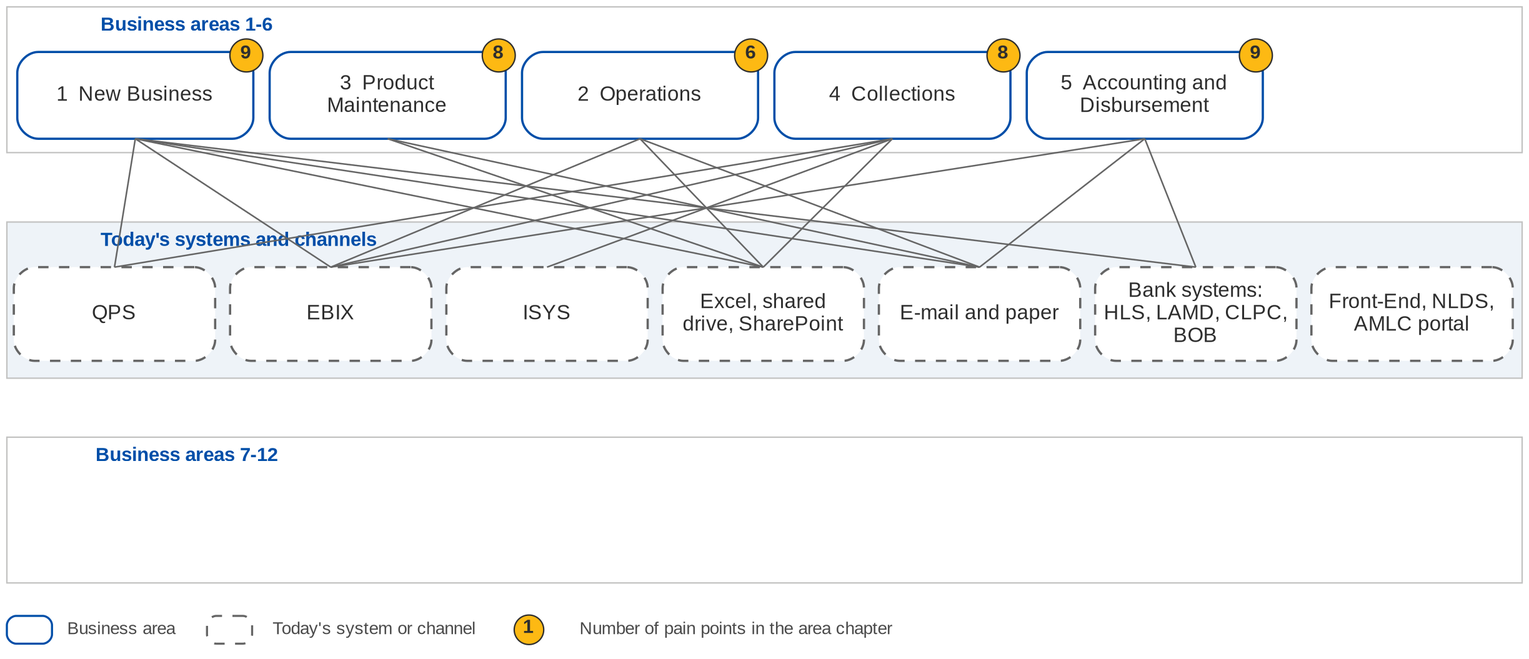
The Graphviz diagram docs/deliverables/src/decks/figures/holistic_asis_map.png in IortaTexhNXT-DEV/FinVerse, before a commit. Its source is kept beside it as docs/deliverables/src/decks/figures/holistic_asis_map.dot.
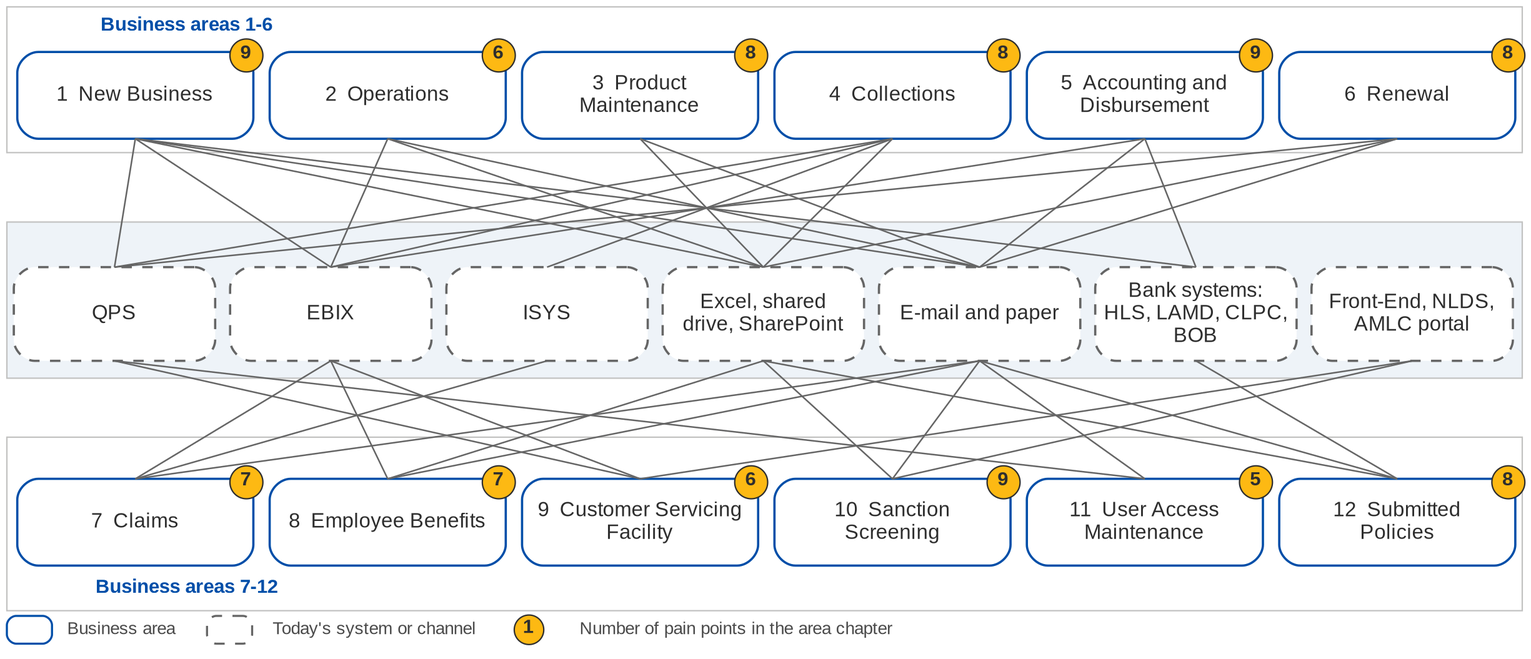
The same file after the commit.

Change to the diagram source:
```diff
@@ -7,19 +7,32 @@
   r1 [pos="436.5,330.0!", shape=box, style="filled", fillcolor="@WHITE", color="@BORDER", penwidth=0.8, width=12.125, height=1.167, fixedsize=true, margin="0.03,0.02", label=""];
   r2 [pos="104.0,360.0!", shape=box, style="filled", fillcolor="@WHITE", color="@WHITE", penwidth=0.8, width=2.778, height=0.250, fixedsize=true, margin="0.03,0.02", label=<<font point-size="11.5" color="@HEADER_BLUE"><b>Business areas 1-6</b></font>>];
   r3 [pos="436.5,203.0!", shape=box, style="filled", fillcolor="#EEF3F8", color="@BORDER", penwidth=0.8, width=12.125, height=1.250, fixedsize=true, margin="0.03,0.02", label=""];
-  r4 [pos="134.0,236.0!", shape=box, style="filled", fillcolor="#EEF3F8", color="#EEF3F8", penwidth=0.8, width=3.611, height=0.250, fixedsize=true, margin="0.03,0.02", label=<<font point-size="11.5" color="@HEADER_BLUE"><b>Today's systems and channels</b></font>>];
-  r5 [pos="436.5,82.0!", shape=box, style="filled", fillcolor="@WHITE", color="@BORDER", penwidth=0.8, width=12.125, height=1.167, fixedsize=true, margin="0.03,0.02", label=""];
-  r6 [pos="104.0,112.0!", shape=box, style="filled", fillcolor="@WHITE", color="@WHITE", penwidth=0.8, width=2.778, height=0.250, fixedsize=true, margin="0.03,0.02", label=<<font point-size="11.5" color="@HEADER_BLUE"><b>Business areas 7-12</b></font>>];
+  r4 [pos="436.5,74.0!", shape=box, style="filled", fillcolor="@WHITE", color="@BORDER", penwidth=0.8, width=12.125, height=1.389, fixedsize=true, margin="0.03,0.02", label=""];
+  r5 [pos="104.0,36.0!", shape=box, style="filled", fillcolor="@WHITE", color="@WHITE", penwidth=0.8, width=2.778, height=0.250, fixedsize=true, margin="0.03,0.02", label=<<font point-size="11.5" color="@HEADER_BLUE"><b>Business areas 7-12</b></font>>];
   nb [pos="74.0,321.0!", shape=box, style="rounded,filled", fillcolor="@WHITE", color="@HEADER_BLUE", penwidth=1.3, width=1.889, height=0.694, fixedsize=true, margin="0.03,0.02", label=<<font point-size="12" color="@NEAR_BLACK">1  New Business</font>>];
-  m7 [pos="138.0,344.0!", shape=circle, style=filled, fillcolor="@YELLOW", color="@NEAR_BLACK", penwidth=0.8, width=0.264, height=0.264, fixedsize=true, label=<<font point-size="11" color="@NEAR_BLACK"><b>9</b></font>>];
-  pm [pos="219.4,321.0!", shape=box, style="rounded,filled", fillcolor="@WHITE", color="@HEADER_BLUE", penwidth=1.3, width=1.889, height=0.694, fixedsize=true, margin="0.03,0.02", label=<<font point-size="12" color="@NEAR_BLACK">3  Product<br/>Maintenance</font>>];
-  m8 [pos="283.4,344.0!", shape=circle, style=filled, fillcolor="@YELLOW", color="@NEAR_BLACK", penwidth=0.8, width=0.264, height=0.264, fixedsize=true, label=<<font point-size="11" color="@NEAR_BLACK"><b>8</b></font>>];
-  ops [pos="364.8,321.0!", shape=box, style="rounded,filled", fillcolor="@WHITE", color="@HEADER_BLUE", penwidth=1.3, width=1.889, height=0.694, fixedsize=true, margin="0.03,0.02", label=<<font point-size="12" color="@NEAR_BLACK">2  Operations</font>>];
-  m9 [pos="428.8,344.0!", shape=circle, style=filled, fillcolor="@YELLOW", color="@NEAR_BLACK", penwidth=0.8, width=0.264, height=0.264, fixedsize=true, label=<<font point-size="11" color="@NEAR_BLACK"><b>6</b></font>>];
+  m6 [pos="138.0,344.0!", shape=circle, style=filled, fillcolor="@YELLOW", color="@NEAR_BLACK", penwidth=0.8, width=0.264, height=0.264, fixedsize=true, label=<<font point-size="11" color="@NEAR_BLACK"><b>9</b></font>>];
+  ops [pos="219.4,321.0!", shape=box, style="rounded,filled", fillcolor="@WHITE", color="@HEADER_BLUE", penwidth=1.3, width=1.889, height=0.694, fixedsize=true, margin="0.03,0.02", label=<<font point-size="12" color="@NEAR_BLACK">2  Operations</font>>];
+  m7 [pos="283.4,344.0!", shape=circle, style=filled, fillcolor="@YELLOW", color="@NEAR_BLACK", penwidth=0.8, width=0.264, height=0.264, fixedsize=true, label=<<font point-size="11" color="@NEAR_BLACK"><b>6</b></font>>];
+  pm [pos="364.8,321.0!", shape=box, style="rounded,filled", fillcolor="@WHITE", color="@HEADER_BLUE", penwidth=1.3, width=1.889, height=0.694, fixedsize=true, margin="0.03,0.02", label=<<font point-size="12" color="@NEAR_BLACK">3  Product<br/>Maintenance</font>>];
+  m8 [pos="428.8,344.0!", shape=circle, style=filled, fillcolor="@YELLOW", color="@NEAR_BLACK", penwidth=0.8, width=0.264, height=0.264, fixedsize=true, label=<<font point-size="11" color="@NEAR_BLACK"><b>8</b></font>>];
   clxn [pos="510.2,321.0!", shape=box, style="rounded,filled", fillcolor="@WHITE", color="@HEADER_BLUE", penwidth=1.3, width=1.889, height=0.694, fixedsize=true, margin="0.03,0.02", label=<<font point-size="12" color="@NEAR_BLACK">4  Collections</font>>];
-  m10 [pos="574.2,344.0!", shape=circle, style=filled, fillcolor="@YELLOW", color="@NEAR_BLACK", penwidth=0.8, width=0.264, height=0.264, fixedsize=true, label=<<font point-size="11" color="@NEAR_BLACK"><b>8</b></font>>];
+  m9 [pos="574.2,344.0!", shape=circle, style=filled, fillcolor="@YELLOW", color="@NEAR_BLACK", penwidth=0.8, width=0.264, height=0.264, fixedsize=true, label=<<font point-size="11" color="@NEAR_BLACK"><b>8</b></font>>];
   acct [pos="655.6,321.0!", shape=box, style="rounded,filled", fillcolor="@WHITE", color="@HEADER_BLUE", penwidth=1.3, width=1.889, height=0.694, fixedsize=true, margin="0.03,0.02", label=<<font point-size="12" color="@NEAR_BLACK">5  Accounting and<br/>Disbursement</font>>];
-  m11 [pos="719.6,344.0!", shape=circle, style=filled, fillcolor="@YELLOW", color="@NEAR_BLACK", penwidth=0.8, width=0.264, height=0.264, fixedsize=true, label=<<font point-size="11" color="@NEAR_BLACK"><b>9</b></font>>];
+  m10 [pos="719.6,344.0!", shape=circle, style=filled, fillcolor="@YELLOW", color="@NEAR_BLACK", penwidth=0.8, width=0.264, height=0.264, fixedsize=true, label=<<font point-size="11" color="@NEAR_BLACK"><b>9</b></font>>];
+  rn [pos="801.0,321.0!", shape=box, style="rounded,filled", fillcolor="@WHITE", color="@HEADER_BLUE", penwidth=1.3, width=1.889, height=0.694, fixedsize=true, margin="0.03,0.02", label=<<font point-size="12" color="@NEAR_BLACK">6  Renewal</font>>];
+  m11 [pos="865.0,344.0!", shape=circle, style=filled, fillcolor="@YELLOW", color="@NEAR_BLACK", penwidth=0.8, width=0.264, height=0.264, fixedsize=true, label=<<font point-size="11" color="@NEAR_BLACK"><b>8</b></font>>];
+  clm [pos="74.0,75.0!", shape=box, style="rounded,filled", fillcolor="@WHITE", color="@HEADER_BLUE", penwidth=1.3, width=1.889, height=0.694, fixedsize=true, margin="0.03,0.02", label=<<font point-size="12" color="@NEAR_BLACK">7  Claims</font>>];
+  m12 [pos="138.0,98.0!", shape=circle, style=filled, fillcolor="@YELLOW", color="@NEAR_BLACK", penwidth=0.8, width=0.264, height=0.264, fixedsize=true, label=<<font point-size="11" color="@NEAR_BLACK"><b>7</b></font>>];
+  eb [pos="219.4,75.0!", shape=box, style="rounded,filled", fillcolor="@WHITE", color="@HEADER_BLUE", penwidth=1.3, width=1.889, height=0.694, fixedsize=true, margin="0.03,0.02", label=<<font point-size="12" color="@NEAR_BLACK">8  Employee Benefits</font>>];
+  m13 [pos="283.4,98.0!", shape=circle, style=filled, fillcolor="@YELLOW", color="@NEAR_BLACK", penwidth=0.8, width=0.264, height=0.264, fixedsize=true, label=<<font point-size="11" color="@NEAR_BLACK"><b>7</b></font>>];
+  csf [pos="364.8,75.0!", shape=box, style="rounded,filled", fillcolor="@WHITE", color="@HEADER_BLUE", penwidth=1.3, width=1.889, height=0.694, fixedsize=true, margin="0.03,0.02", label=<<font point-size="12" color="@NEAR_BLACK">9  Customer Servicing<br/>Facility</font>>];
+  m14 [pos="428.8,98.0!", shape=circle, style=filled, fillcolor="@YELLOW", color="@NEAR_BLACK", penwidth=0.8, width=0.264, height=0.264, fixedsize=true, label=<<font point-size="11" color="@NEAR_BLACK"><b>6</b></font>>];
+  sanc [pos="510.2,75.0!", shape=box, style="rounded,filled", fillcolor="@WHITE", color="@HEADER_BLUE", penwidth=1.3, width=1.889, height=0.694, fixedsize=true, margin="0.03,0.02", label=<<font point-size="12" color="@NEAR_BLACK">10  Sanction<br/>Screening</font>>];
+  m15 [pos="574.2,98.0!", shape=circle, style=filled, fillcolor="@YELLOW", color="@NEAR_BLACK", penwidth=0.8, width=0.264, height=0.264, fixedsize=true, label=<<font point-size="11" color="@NEAR_BLACK"><b>9</b></font>>];
+  uam [pos="655.6,75.0!", shape=box, style="rounded,filled", fillcolor="@WHITE", color="@HEADER_BLUE", penwidth=1.3, width=1.889, height=0.694, fixedsize=true, margin="0.03,0.02", label=<<font point-size="12" color="@NEAR_BLACK">11  User Access<br/>Maintenance</font>>];
+  m16 [pos="719.6,98.0!", shape=circle, style=filled, fillcolor="@YELLOW", color="@NEAR_BLACK", penwidth=0.8, width=0.264, height=0.264, fixedsize=true, label=<<font point-size="11" color="@NEAR_BLACK"><b>5</b></font>>];
+  sp [pos="801.0,75.0!", shape=box, style="rounded,filled", fillcolor="@WHITE", color="@HEADER_BLUE", penwidth=1.3, width=1.889, height=0.694, fixedsize=true, margin="0.03,0.02", label=<<font point-size="12" color="@NEAR_BLACK">12  Submitted<br/>Policies</font>>];
+  m17 [pos="865.0,98.0!", shape=circle, style=filled, fillcolor="@YELLOW", color="@NEAR_BLACK", penwidth=0.8, width=0.264, height=0.264, fixedsize=true, label=<<font point-size="11" color="@NEAR_BLACK"><b>8</b></font>>];
   qps [pos="62.0,195.0!", shape=box, style="rounded,filled,dashed", fillcolor="@WHITE", color="@MUTED", penwidth=1.3, width=1.611, height=0.750, fixedsize=true, margin="0.03,0.02", label=<<font point-size="12" color="@NEAR_BLACK">QPS</font>>];
   ebix [pos="186.6,195.0!", shape=box, style="rounded,filled,dashed", fillcolor="@WHITE", color="@MUTED", penwidth=1.3, width=1.611, height=0.750, fixedsize=true, margin="0.03,0.02", label=<<font point-size="12" color="@NEAR_BLACK">EBIX</font>>];
   isys [pos="311.2,195.0!", shape=box, style="rounded,filled,dashed", fillcolor="@WHITE", color="@MUTED", penwidth=1.3, width=1.611, height=0.750, fixedsize=true, margin="0.03,0.02", label=<<font point-size="12" color="@NEAR_BLACK">ISYS</font>>];
@@ -27,12 +40,12 @@
   mail [pos="560.4,195.0!", shape=box, style="rounded,filled,dashed", fillcolor="@WHITE", color="@MUTED", penwidth=1.3, width=1.611, height=0.750, fixedsize=true, margin="0.03,0.02", label=<<font point-size="12" color="@NEAR_BLACK">E-mail and paper</font>>];
   bank [pos="685.0,195.0!", shape=box, style="rounded,filled,dashed", fillcolor="@WHITE", color="@MUTED", penwidth=1.3, width=1.611, height=0.750, fixedsize=true, margin="0.03,0.02", label=<<font point-size="12" color="@NEAR_BLACK">Bank systems:<br/>HLS, LAMD, CLPC,<br/>BOB</font>>];
   other [pos="809.6,195.0!", shape=box, style="rounded,filled,dashed", fillcolor="@WHITE", color="@MUTED", penwidth=1.3, width=1.611, height=0.750, fixedsize=true, margin="0.03,0.02", label=<<font point-size="12" color="@NEAR_BLACK">Front-End, NLDS,<br/>AMLC portal</font>>];
-  r12 [pos="13.0,13.0!", shape=box, style="rounded,filled", fillcolor="@WHITE", color="@HEADER_BLUE", penwidth=1.2, width=0.361, height=0.222, fixedsize=true, margin="0.03,0.02", label=""];
-  r13 [pos="66.2,13.0!", shape=box, style="filled", fillcolor="@WHITE", color="@WHITE", penwidth=0.8, width=0.976, height=0.250, fixedsize=true, margin="0.03,0.02", label=<<font point-size="10.5" color="@TEXT">Business area</font>>];
-  r14 [pos="128.3,13.0!", shape=box, style="rounded,filled,dashed", fillcolor="@WHITE", color="@MUTED", penwidth=1.2, width=0.361, height=0.222, fixedsize=true, margin="0.03,0.02", label=""];
-  r15 [pos="212.1,13.0!", shape=box, style="filled", fillcolor="@WHITE", color="@WHITE", penwidth=0.8, width=1.826, height=0.250, fixedsize=true, margin="0.03,0.02", label=<<font point-size="10.5" color="@TEXT">Today's system or channel</font>>];
-  m16 [pos="300.8,13.0!", shape=circle, style=filled, fillcolor="@YELLOW", color="@NEAR_BLACK", penwidth=0.8, width=0.236, height=0.236, fixedsize=true, label=<<font point-size="11" color="@NEAR_BLACK"><b>1</b></font>>];
-  r17 [pos="420.4,13.0!", shape=box, style="filled", fillcolor="@WHITE", color="@WHITE", penwidth=0.8, width=2.960, height=0.250, fixedsize=true, margin="0.03,0.02", label=<<font point-size="10.5" color="@TEXT">Number of pain points in the area chapter</font>>];
+  r18 [pos="13.0,13.0!", shape=box, style="rounded,filled", fillcolor="@WHITE", color="@HEADER_BLUE", penwidth=1.2, width=0.361, height=0.222, fixedsize=true, margin="0.03,0.02", label=""];
+  r19 [pos="66.2,13.0!", shape=box, style="filled", fillcolor="@WHITE", color="@WHITE", penwidth=0.8, width=0.976, height=0.250, fixedsize=true, margin="0.03,0.02", label=<<font point-size="10.5" color="@TEXT">Business area</font>>];
+  r20 [pos="128.3,13.0!", shape=box, style="rounded,filled,dashed", fillcolor="@WHITE", color="@MUTED", penwidth=1.2, width=0.361, height=0.222, fixedsize=true, margin="0.03,0.02", label=""];
+  r21 [pos="212.1,13.0!", shape=box, style="filled", fillcolor="@WHITE", color="@WHITE", penwidth=0.8, width=1.826, height=0.250, fixedsize=true, margin="0.03,0.02", label=<<font point-size="10.5" color="@TEXT">Today's system or channel</font>>];
+  m22 [pos="300.8,13.0!", shape=circle, style=filled, fillcolor="@YELLOW", color="@NEAR_BLACK", penwidth=0.8, width=0.236, height=0.236, fixedsize=true, label=<<font point-size="11" color="@NEAR_BLACK"><b>1</b></font>>];
+  r23 [pos="420.4,13.0!", shape=box, style="filled", fillcolor="@WHITE", color="@WHITE", penwidth=0.8, width=2.960, height=0.250, fixedsize=true, margin="0.03,0.02", label=<<font point-size="10.5" color="@TEXT">Number of pain points in the area chapter</font>>];
   nb -> qps [color="@MUTED", style=solid, penwidth=0.9, arrowsize=0.7, arrowhead=none, tailport=s, headport=n];
   nb -> ebix [color="@MUTED", style=solid, penwidth=0.9, arrowsize=0.7, arrowhead=none, tailport=s, headport=n];
   nb -> xls [color="@MUTED", style=solid, penwidth=0.9, arrowsize=0.7, arrowhead=none, tailport=s, headport=n];
@@ -50,4 +63,24 @@
   acct -> ebix [color="@MUTED", style=solid, penwidth=0.9, arrowsize=0.7, arrowhead=none, tailport=s, headport=n];
   acct -> bank [color="@MUTED", style=solid, penwidth=0.9, arrowsize=0.7, arrowhead=none, tailport=s, headport=n];
   acct -> mail [color="@MUTED", style=solid, penwidth=0.9, arrowsize=0.7, arrowhead=none, tailport=s, headport=n];
+  rn -> qps [color="@MUTED", style=solid, penwidth=0.9, arrowsize=0.7, arrowhead=none, tailport=s, headport=n];
+  rn -> xls [color="@MUTED", style=solid, penwidth=0.9, arrowsize=0.7, arrowhead=none, tailport=s, headport=n];
+  rn -> mail [color="@MUTED", style=solid, penwidth=0.9, arrowsize=0.7, arrowhead=none, tailport=s, headport=n];
+  clm -> ebix [color="@MUTED", style=solid, penwidth=0.9, arrowsize=0.7, arrowhead=none, tailport=n, headport=s];
+  clm -> isys [color="@MUTED", style=solid, penwidth=0.9, arrowsize=0.7, arrowhead=none, tailport=n, headport=s];
+  clm -> mail [color="@MUTED", style=solid, penwidth=0.9, arrowsize=0.7, arrowhead=none, tailport=n, headport=s];
+  eb -> ebix [color="@MUTED", style=solid, penwidth=0.9, arrowsize=0.7, arrowhead=none, tailport=n, headport=s];
+  eb -> xls [color="@MUTED", style=solid, penwidth=0.9, arrowsize=0.7, arrowhead=none, tailport=n, headport=s];
+  eb -> mail [color="@MUTED", style=solid, penwidth=0.9, arrowsize=0.7, arrowhead=none, tailport=n, headport=s];
+  csf -> qps [color="@MUTED", style=solid, penwidth=0.9, arrowsize=0.7, arrowhead=none, tailport=n, headport=s];
+  csf -> ebix [color="@MUTED", style=solid, penwidth=0.9, arrowsize=0.7, arrowhead=none, tailport=n, headport=s];
+  csf -> other [color="@MUTED", style=solid, penwidth=0.9, arrowsize=0.7, arrowhead=none, tailport=n, headport=s];
+  sanc -> xls [color="@MUTED", style=solid, penwidth=0.9, arrowsize=0.7, arrowhead=none, tailport=n, headport=s];
+  sanc -> mail [color="@MUTED", style=solid, penwidth=0.9, arrowsize=0.7, arrowhead=none, tailport=n, headport=s];
+  sanc -> other [color="@MUTED", style=solid, penwidth=0.9, arrowsize=0.7, arrowhead=none, tailport=n, headport=s];
+  uam -> qps [color="@MUTED", style=solid, penwidth=0.9, arrowsize=0.7, arrowhead=none, tailport=n, headport=s];
+  uam -> mail [color="@MUTED", style=solid, penwidth=0.9, arrowsize=0.7, arrowhead=none, tailport=n, headport=s];
+  sp -> xls [color="@MUTED", style=solid, penwidth=0.9, arrowsize=0.7, arrowhead=none, tailport=n, headport=s];
+  sp -> mail [color="@MUTED", style=solid, penwidth=0.9, arrowsize=0.7, arrowhead=none, tailport=n, headport=s];
+  sp -> bank [color="@MUTED", style=solid, penwidth=0.9, arrowsize=0.7, arrowhead=none, tailport=n, headport=s];
 }
```
